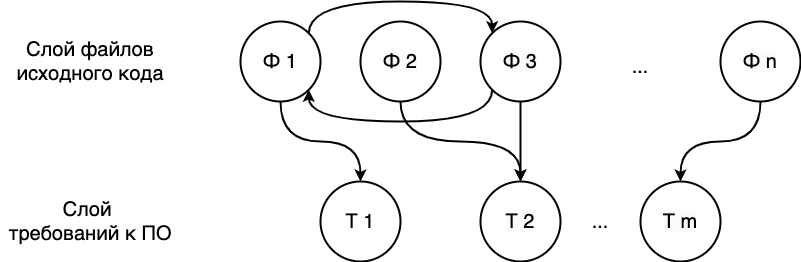
Before: images/original_count.png, a diagram exported from draw.io (Dambr/yewking). Source tidied: cells renumbered, new cells last; positions are measured from the earlier drawing's top-left corner, leaving out a move shared by most shapes. Its diagram source:
```xml
<mxGraphModel>
  <root>
    <mxCell id="0" />
    <mxCell id="1" parent="0" />
    <mxCell id="2" style="edgeStyle=orthogonalEdgeStyle;curved=1;rounded=0;jettySize=auto;html=1;exitX=1;exitY=0;exitDx=0;exitDy=0;entryX=0;entryY=0;entryDx=0;entryDy=0;fontSize=20;strokeWidth=2;" parent="1" edge="1" source="4" target="8">
      <mxGeometry relative="1" as="geometry">
        <Array as="points">
          <mxPoint x="308" />
          <mxPoint x="492" />
        </Array>
      </mxGeometry>
    </mxCell>
    <mxCell id="3" style="edgeStyle=orthogonalEdgeStyle;curved=1;rounded=0;jettySize=auto;html=1;exitX=0.5;exitY=1;exitDx=0;exitDy=0;entryX=0.5;entryY=0;entryDx=0;entryDy=0;strokeWidth=2;" parent="1" edge="1" source="4" target="9">
      <mxGeometry relative="1" as="geometry" />
    </mxCell>
    <mxCell id="4" value="Ф 1" style="ellipse;whiteSpace=wrap;html=1;fontSize=20;strokeWidth=2;" parent="1" vertex="1">
      <mxGeometry x="240" y="20" width="80" height="80" as="geometry" />
    </mxCell>
    <mxCell id="5" style="edgeStyle=orthogonalEdgeStyle;curved=1;rounded=0;jettySize=auto;html=1;exitX=0.5;exitY=1;exitDx=0;exitDy=0;entryX=0.5;entryY=0;entryDx=0;entryDy=0;strokeWidth=2;" parent="1" edge="1" source="6" target="10">
      <mxGeometry relative="1" as="geometry" />
    </mxCell>
    <mxCell id="6" value="&lt;span style=&quot;color: rgb(0, 0, 0); font-family: Helvetica; font-size: 20px; font-style: normal; font-variant-ligatures: normal; font-variant-caps: normal; font-weight: 400; letter-spacing: normal; orphans: 2; text-align: center; text-indent: 0px; text-transform: none; widows: 2; word-spacing: 0px; -webkit-text-stroke-width: 0px; white-space: normal; background-color: rgb(251, 251, 251); text-decoration-thickness: initial; text-decoration-style: initial; text-decoration-color: initial; float: none; display: inline !important;&quot;&gt;Ф 2&lt;/span&gt;" style="ellipse;whiteSpace=wrap;html=1;fontSize=20;strokeWidth=2;" parent="1" vertex="1">
      <mxGeometry x="360" y="20" width="80" height="80" as="geometry" />
    </mxCell>
    <mxCell id="7" style="edgeStyle=orthogonalEdgeStyle;curved=1;rounded=0;jettySize=auto;html=1;exitX=0;exitY=1;exitDx=0;exitDy=0;entryX=1;entryY=1;entryDx=0;entryDy=0;fontSize=20;strokeWidth=2;" parent="1" edge="1" source="8" target="4">
      <mxGeometry relative="1" as="geometry">
        <Array as="points">
          <mxPoint x="492" y="120" />
          <mxPoint x="308" y="120" />
        </Array>
      </mxGeometry>
    </mxCell>
    <mxCell id="8" value="&lt;span style=&quot;color: rgb(0, 0, 0); font-family: Helvetica; font-size: 20px; font-style: normal; font-variant-ligatures: normal; font-variant-caps: normal; font-weight: 400; letter-spacing: normal; orphans: 2; text-align: center; text-indent: 0px; text-transform: none; widows: 2; word-spacing: 0px; -webkit-text-stroke-width: 0px; white-space: normal; background-color: rgb(251, 251, 251); text-decoration-thickness: initial; text-decoration-style: initial; text-decoration-color: initial; float: none; display: inline !important;&quot;&gt;Ф 3&lt;/span&gt;" style="ellipse;whiteSpace=wrap;html=1;fontSize=20;strokeWidth=2;" parent="1" vertex="1">
      <mxGeometry x="480" y="20" width="80" height="80" as="geometry" />
    </mxCell>
    <mxCell id="9" value="Т 1" style="ellipse;whiteSpace=wrap;html=1;fontSize=20;strokeWidth=2;" parent="1" vertex="1">
      <mxGeometry x="320" y="180" width="80" height="80" as="geometry" />
    </mxCell>
    <mxCell id="10" value="&lt;span style=&quot;color: rgb(0, 0, 0); font-family: Helvetica; font-size: 20px; font-style: normal; font-variant-ligatures: normal; font-variant-caps: normal; font-weight: 400; letter-spacing: normal; orphans: 2; text-align: center; text-indent: 0px; text-transform: none; widows: 2; word-spacing: 0px; -webkit-text-stroke-width: 0px; white-space: normal; background-color: rgb(251, 251, 251); text-decoration-thickness: initial; text-decoration-style: initial; text-decoration-color: initial; float: none; display: inline !important;&quot;&gt;Т 2&lt;/span&gt;" style="ellipse;whiteSpace=wrap;html=1;fontSize=20;strokeWidth=2;" parent="1" vertex="1">
      <mxGeometry x="480" y="180" width="80" height="80" as="geometry" />
    </mxCell>
    <mxCell id="11" value="&lt;span style=&quot;color: rgb(0, 0, 0); font-family: Helvetica; font-size: 20px; font-style: normal; font-variant-ligatures: normal; font-variant-caps: normal; font-weight: 400; letter-spacing: normal; orphans: 2; text-align: center; text-indent: 0px; text-transform: none; widows: 2; word-spacing: 0px; -webkit-text-stroke-width: 0px; white-space: normal; background-color: rgb(251, 251, 251); text-decoration-thickness: initial; text-decoration-style: initial; text-decoration-color: initial; float: none; display: inline !important;&quot;&gt;Т m&lt;/span&gt;" style="ellipse;whiteSpace=wrap;html=1;fontSize=20;strokeWidth=2;" parent="1" vertex="1">
      <mxGeometry x="640" y="180" width="80" height="80" as="geometry" />
    </mxCell>
    <mxCell id="12" value="..." style="text;html=1;align=center;verticalAlign=middle;whiteSpace=wrap;rounded=0;fontSize=20;strokeWidth=2;" parent="1" vertex="1">
      <mxGeometry x="570" y="205" width="60" height="30" as="geometry" />
    </mxCell>
    <mxCell id="13" style="edgeStyle=orthogonalEdgeStyle;curved=1;rounded=0;jettySize=auto;html=1;exitX=0.5;exitY=1;exitDx=0;exitDy=0;entryX=0.5;entryY=0;entryDx=0;entryDy=0;strokeWidth=2;" parent="1" edge="1" source="14" target="11">
      <mxGeometry relative="1" as="geometry" />
    </mxCell>
    <mxCell id="14" value="&lt;span style=&quot;color: rgb(0, 0, 0); font-family: Helvetica; font-size: 20px; font-style: normal; font-variant-ligatures: normal; font-variant-caps: normal; font-weight: 400; letter-spacing: normal; orphans: 2; text-align: center; text-indent: 0px; text-transform: none; widows: 2; word-spacing: 0px; -webkit-text-stroke-width: 0px; white-space: normal; background-color: rgb(251, 251, 251); text-decoration-thickness: initial; text-decoration-style: initial; text-decoration-color: initial; float: none; display: inline !important;&quot;&gt;Ф n&lt;/span&gt;" style="ellipse;whiteSpace=wrap;html=1;fontSize=20;strokeWidth=2;" parent="1" vertex="1">
      <mxGeometry x="720" y="20" width="80" height="80" as="geometry" />
    </mxCell>
    <mxCell id="15" value="..." style="text;html=1;align=center;verticalAlign=middle;whiteSpace=wrap;rounded=0;fontSize=20;strokeWidth=2;" parent="1" vertex="1">
      <mxGeometry x="610" y="50" width="60" height="30" as="geometry" />
    </mxCell>
    <mxCell id="16" style="endArrow=classic;html=1;rounded=0;exitX=0.5;exitY=1;exitDx=0;exitDy=0;entryX=0.5;entryY=0;entryDx=0;entryDy=0;fontSize=20;strokeWidth=2;" parent="1" edge="1" source="8" target="10">
      <mxGeometry relative="1" as="geometry" />
    </mxCell>
    <mxCell id="17" value="Слой файлов исходного кода" style="text;html=1;align=center;verticalAlign=middle;whiteSpace=wrap;rounded=0;fontSize=20;strokeWidth=2;" parent="1" vertex="1">
      <mxGeometry y="45" width="180" height="30" as="geometry" />
    </mxCell>
    <mxCell id="18" value="Слой&amp;nbsp;&lt;div&gt;требований к ПО&lt;/div&gt;" style="text;html=1;align=center;verticalAlign=middle;whiteSpace=wrap;rounded=0;fontSize=20;strokeWidth=2;" parent="1" vertex="1">
      <mxGeometry y="205" width="180" height="30" as="geometry" />
    </mxCell>
  </root>
</mxGraphModel>
```
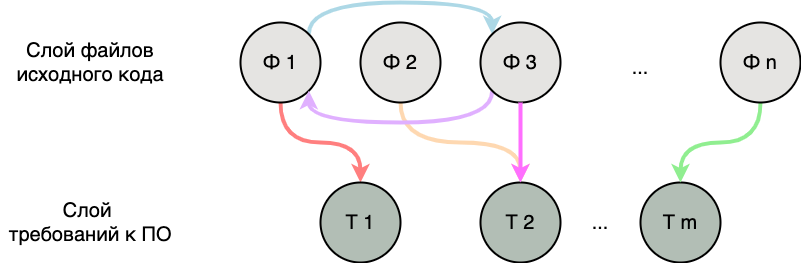
After the change.

What changed in the source:
```diff
@@ -2,7 +2,7 @@
   <root>
     <mxCell id="0" />
     <mxCell id="1" parent="0" />
-    <mxCell id="2" style="edgeStyle=orthogonalEdgeStyle;curved=1;rounded=0;jettySize=auto;html=1;exitX=1;exitY=0;exitDx=0;exitDy=0;entryX=0;entryY=0;entryDx=0;entryDy=0;fontSize=20;strokeWidth=2;" parent="1" edge="1" source="4" target="8">
+    <mxCell id="2" style="edgeStyle=orthogonalEdgeStyle;curved=1;rounded=0;jettySize=auto;html=1;exitX=1;exitY=0;exitDx=0;exitDy=0;entryX=0;entryY=0;entryDx=0;entryDy=0;fontSize=20;strokeWidth=4;strokeColor=#ADD8E6;" parent="1" edge="1" source="4" target="8">
       <mxGeometry relative="1" as="geometry">
         <Array as="points">
           <mxPoint x="308" />
@@ -10,19 +10,19 @@
         </Array>
       </mxGeometry>
     </mxCell>
-    <mxCell id="3" style="edgeStyle=orthogonalEdgeStyle;curved=1;rounded=0;jettySize=auto;html=1;exitX=0.5;exitY=1;exitDx=0;exitDy=0;entryX=0.5;entryY=0;entryDx=0;entryDy=0;strokeWidth=2;" parent="1" edge="1" source="4" target="9">
+    <mxCell id="3" style="edgeStyle=orthogonalEdgeStyle;curved=1;rounded=0;jettySize=auto;html=1;exitX=0.5;exitY=1;exitDx=0;exitDy=0;entryX=0.5;entryY=0;entryDx=0;entryDy=0;strokeWidth=4;strokeColor=#FF7F7F;" parent="1" edge="1" source="4" target="9">
       <mxGeometry relative="1" as="geometry" />
     </mxCell>
-    <mxCell id="4" value="Ф 1" style="ellipse;whiteSpace=wrap;html=1;fontSize=20;strokeWidth=2;" parent="1" vertex="1">
+    <mxCell id="4" value="Ф 1" style="ellipse;whiteSpace=wrap;html=1;fontSize=20;strokeWidth=2;fillColor=#E5E4E2;" parent="1" vertex="1">
       <mxGeometry x="240" y="20" width="80" height="80" as="geometry" />
     </mxCell>
-    <mxCell id="5" style="edgeStyle=orthogonalEdgeStyle;curved=1;rounded=0;jettySize=auto;html=1;exitX=0.5;exitY=1;exitDx=0;exitDy=0;entryX=0.5;entryY=0;entryDx=0;entryDy=0;strokeWidth=2;" parent="1" edge="1" source="6" target="10">
+    <mxCell id="5" style="edgeStyle=orthogonalEdgeStyle;curved=1;rounded=0;jettySize=auto;html=1;exitX=0.5;exitY=1;exitDx=0;exitDy=0;entryX=0.5;entryY=0;entryDx=0;entryDy=0;strokeWidth=4;strokeColor=#FED8B1;" parent="1" edge="1" source="6" target="10">
       <mxGeometry relative="1" as="geometry" />
     </mxCell>
-    <mxCell id="6" value="&lt;span style=&quot;color: rgb(0, 0, 0); font-family: Helvetica; font-size: 20px; font-style: normal; font-variant-ligatures: normal; font-variant-caps: normal; font-weight: 400; letter-spacing: normal; orphans: 2; text-align: center; text-indent: 0px; text-transform: none; widows: 2; word-spacing: 0px; -webkit-text-stroke-width: 0px; white-space: normal; background-color: rgb(251, 251, 251); text-decoration-thickness: initial; text-decoration-style: initial; text-decoration-color: initial; float: none; display: inline !important;&quot;&gt;Ф 2&lt;/span&gt;" style="ellipse;whiteSpace=wrap;html=1;fontSize=20;strokeWidth=2;" parent="1" vertex="1">
+    <mxCell id="6" value="Ф 2" style="ellipse;whiteSpace=wrap;html=1;fontSize=20;strokeWidth=2;fillColor=#E5E4E2;" parent="1" vertex="1">
       <mxGeometry x="360" y="20" width="80" height="80" as="geometry" />
     </mxCell>
-    <mxCell id="7" style="edgeStyle=orthogonalEdgeStyle;curved=1;rounded=0;jettySize=auto;html=1;exitX=0;exitY=1;exitDx=0;exitDy=0;entryX=1;entryY=1;entryDx=0;entryDy=0;fontSize=20;strokeWidth=2;" parent="1" edge="1" source="8" target="4">
+    <mxCell id="7" style="edgeStyle=orthogonalEdgeStyle;curved=1;rounded=0;jettySize=auto;html=1;exitX=0;exitY=1;exitDx=0;exitDy=0;entryX=1;entryY=1;entryDx=0;entryDy=0;fontSize=20;strokeWidth=4;strokeColor=#E0B0FF;" parent="1" edge="1" source="8" target="4">
       <mxGeometry relative="1" as="geometry">
         <Array as="points">
           <mxPoint x="492" y="120" />
@@ -30,31 +30,31 @@
         </Array>
       </mxGeometry>
     </mxCell>
-    <mxCell id="8" value="&lt;span style=&quot;color: rgb(0, 0, 0); font-family: Helvetica; font-size: 20px; font-style: normal; font-variant-ligatures: normal; font-variant-caps: normal; font-weight: 400; letter-spacing: normal; orphans: 2; text-align: center; text-indent: 0px; text-transform: none; widows: 2; word-spacing: 0px; -webkit-text-stroke-width: 0px; white-space: normal; background-color: rgb(251, 251, 251); text-decoration-thickness: initial; text-decoration-style: initial; text-decoration-color: initial; float: none; display: inline !important;&quot;&gt;Ф 3&lt;/span&gt;" style="ellipse;whiteSpace=wrap;html=1;fontSize=20;strokeWidth=2;" parent="1" vertex="1">
+    <mxCell id="8" value="Ф 3" style="ellipse;whiteSpace=wrap;html=1;fontSize=20;strokeWidth=2;fillColor=#E5E4E2;" parent="1" vertex="1">
       <mxGeometry x="480" y="20" width="80" height="80" as="geometry" />
     </mxCell>
-    <mxCell id="9" value="Т 1" style="ellipse;whiteSpace=wrap;html=1;fontSize=20;strokeWidth=2;" parent="1" vertex="1">
+    <mxCell id="9" value="Т 1" style="ellipse;whiteSpace=wrap;html=1;fontSize=20;strokeWidth=2;fillColor=#B2BEB5;" parent="1" vertex="1">
       <mxGeometry x="320" y="180" width="80" height="80" as="geometry" />
     </mxCell>
-    <mxCell id="10" value="&lt;span style=&quot;color: rgb(0, 0, 0); font-family: Helvetica; font-size: 20px; font-style: normal; font-variant-ligatures: normal; font-variant-caps: normal; font-weight: 400; letter-spacing: normal; orphans: 2; text-align: center; text-indent: 0px; text-transform: none; widows: 2; word-spacing: 0px; -webkit-text-stroke-width: 0px; white-space: normal; background-color: rgb(251, 251, 251); text-decoration-thickness: initial; text-decoration-style: initial; text-decoration-color: initial; float: none; display: inline !important;&quot;&gt;Т 2&lt;/span&gt;" style="ellipse;whiteSpace=wrap;html=1;fontSize=20;strokeWidth=2;" parent="1" vertex="1">
+    <mxCell id="10" value="Т 2" style="ellipse;whiteSpace=wrap;html=1;fontSize=20;strokeWidth=2;fillColor=#B2BEB5;" parent="1" vertex="1">
       <mxGeometry x="480" y="180" width="80" height="80" as="geometry" />
     </mxCell>
-    <mxCell id="11" value="&lt;span style=&quot;color: rgb(0, 0, 0); font-family: Helvetica; font-size: 20px; font-style: normal; font-variant-ligatures: normal; font-variant-caps: normal; font-weight: 400; letter-spacing: normal; orphans: 2; text-align: center; text-indent: 0px; text-transform: none; widows: 2; word-spacing: 0px; -webkit-text-stroke-width: 0px; white-space: normal; background-color: rgb(251, 251, 251); text-decoration-thickness: initial; text-decoration-style: initial; text-decoration-color: initial; float: none; display: inline !important;&quot;&gt;Т m&lt;/span&gt;" style="ellipse;whiteSpace=wrap;html=1;fontSize=20;strokeWidth=2;" parent="1" vertex="1">
+    <mxCell id="11" value="Т m" style="ellipse;whiteSpace=wrap;html=1;fontSize=20;strokeWidth=2;fillColor=#B2BEB5;" parent="1" vertex="1">
       <mxGeometry x="640" y="180" width="80" height="80" as="geometry" />
     </mxCell>
     <mxCell id="12" value="..." style="text;html=1;align=center;verticalAlign=middle;whiteSpace=wrap;rounded=0;fontSize=20;strokeWidth=2;" parent="1" vertex="1">
       <mxGeometry x="570" y="205" width="60" height="30" as="geometry" />
     </mxCell>
-    <mxCell id="13" style="edgeStyle=orthogonalEdgeStyle;curved=1;rounded=0;jettySize=auto;html=1;exitX=0.5;exitY=1;exitDx=0;exitDy=0;entryX=0.5;entryY=0;entryDx=0;entryDy=0;strokeWidth=2;" parent="1" edge="1" source="14" target="11">
+    <mxCell id="13" style="edgeStyle=orthogonalEdgeStyle;curved=1;rounded=0;jettySize=auto;html=1;exitX=0.5;exitY=1;exitDx=0;exitDy=0;entryX=0.5;entryY=0;entryDx=0;entryDy=0;strokeWidth=4;strokeColor=#90EE90;" parent="1" edge="1" source="14" target="11">
       <mxGeometry relative="1" as="geometry" />
     </mxCell>
-    <mxCell id="14" value="&lt;span style=&quot;color: rgb(0, 0, 0); font-family: Helvetica; font-size: 20px; font-style: normal; font-variant-ligatures: normal; font-variant-caps: normal; font-weight: 400; letter-spacing: normal; orphans: 2; text-align: center; text-indent: 0px; text-transform: none; widows: 2; word-spacing: 0px; -webkit-text-stroke-width: 0px; white-space: normal; background-color: rgb(251, 251, 251); text-decoration-thickness: initial; text-decoration-style: initial; text-decoration-color: initial; float: none; display: inline !important;&quot;&gt;Ф n&lt;/span&gt;" style="ellipse;whiteSpace=wrap;html=1;fontSize=20;strokeWidth=2;" parent="1" vertex="1">
+    <mxCell id="14" value="Ф n" style="ellipse;whiteSpace=wrap;html=1;fontSize=20;strokeWidth=2;fillColor=#E5E4E2;" parent="1" vertex="1">
       <mxGeometry x="720" y="20" width="80" height="80" as="geometry" />
     </mxCell>
     <mxCell id="15" value="..." style="text;html=1;align=center;verticalAlign=middle;whiteSpace=wrap;rounded=0;fontSize=20;strokeWidth=2;" parent="1" vertex="1">
       <mxGeometry x="610" y="50" width="60" height="30" as="geometry" />
     </mxCell>
-    <mxCell id="16" style="endArrow=classic;html=1;rounded=0;exitX=0.5;exitY=1;exitDx=0;exitDy=0;entryX=0.5;entryY=0;entryDx=0;entryDy=0;fontSize=20;strokeWidth=2;" parent="1" edge="1" source="8" target="10">
+    <mxCell id="16" style="endArrow=classic;html=1;rounded=0;exitX=0.5;exitY=1;exitDx=0;exitDy=0;entryX=0.5;entryY=0;entryDx=0;entryDy=0;fontSize=20;strokeWidth=4;strokeColor=#FF6FFF;" parent="1" edge="1" source="8" target="10">
       <mxGeometry relative="1" as="geometry" />
     </mxCell>
     <mxCell id="17" value="Слой файлов исходного кода" style="text;html=1;align=center;verticalAlign=middle;whiteSpace=wrap;rounded=0;fontSize=20;strokeWidth=2;" parent="1" vertex="1">
```
